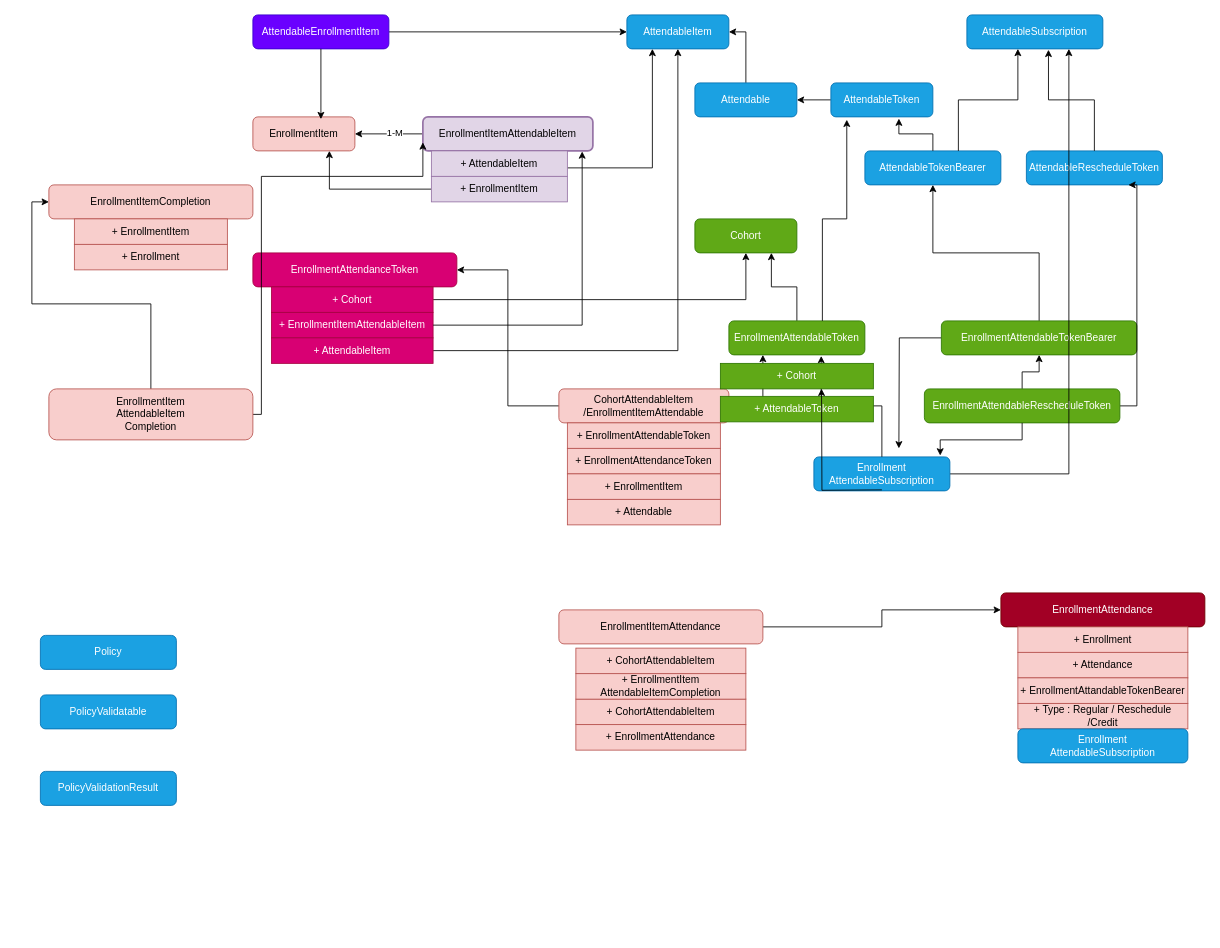
This is Enrolla.drawio from nana-essah/data-abstractions, a draw.io file, before an edit. Source tidied: cells renumbered, new cells numbered last; positions are measured from the earlier drawing's top-left corner, leaving out a move shared by most shapes. Both pictures are drawn from the tidied source at 85%, with x=0, y=0 at pixel (40, 14).
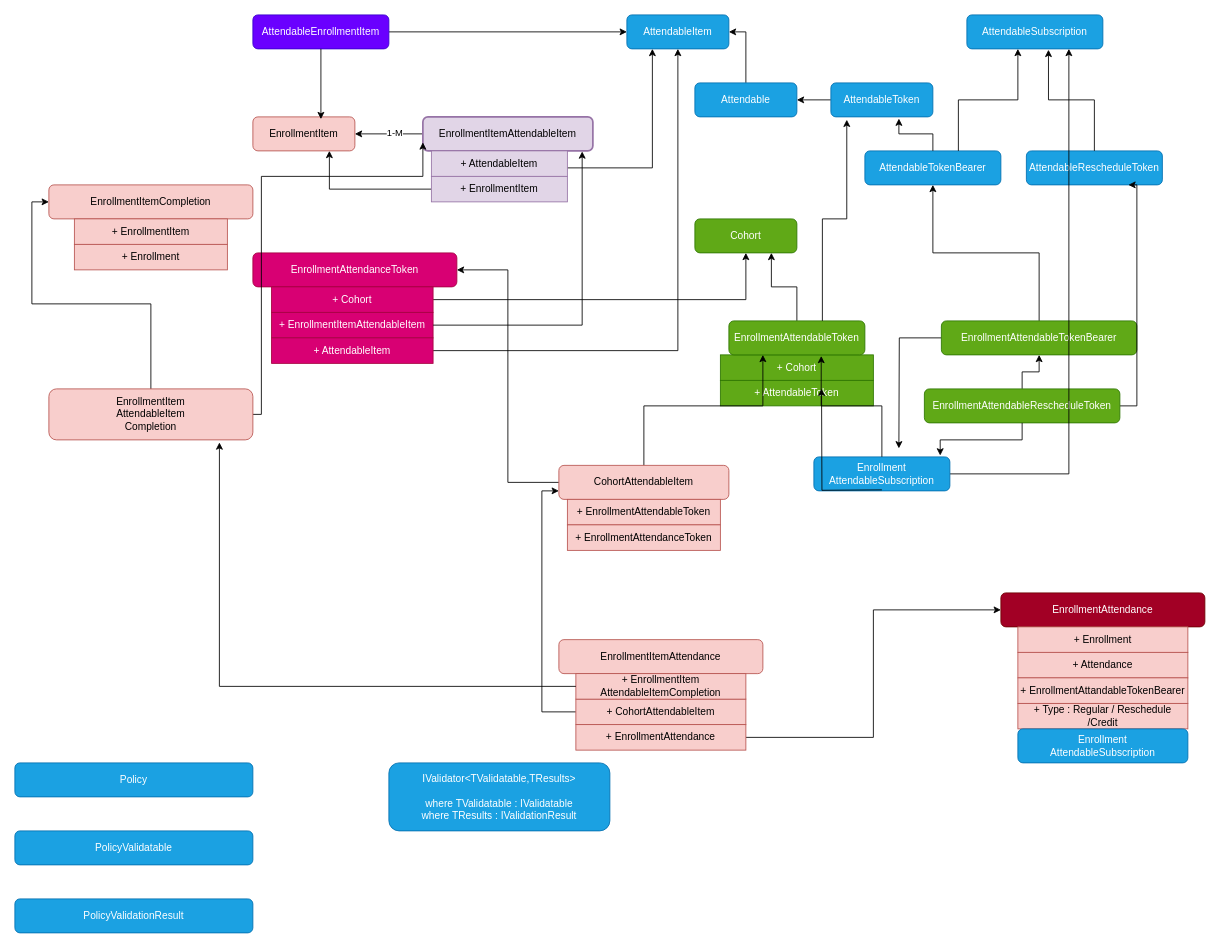
The same page after the edit.

The change refers to these unchanged cells:
```xml
<mxCell id="50" value="+ CohortAttendableItem" style="text;html=1;align=center;verticalAlign=middle;whiteSpace=wrap;rounded=0;strokeColor=#b85450;fillColor=#f8cecc;" parent="1" vertex="1">
  <mxGeometry x="630" y="805" width="200" height="30" as="geometry" />
</mxCell>
<mxCell id="51" value="&lt;div&gt;+&amp;nbsp;EnrollmentItem&lt;/div&gt;&lt;div&gt;AttendableItemCompletion&lt;/div&gt;" style="text;html=1;align=center;verticalAlign=middle;whiteSpace=wrap;rounded=0;strokeColor=#b85450;fillColor=#f8cecc;" parent="1" vertex="1">
  <mxGeometry x="630" y="775" width="200" height="30" as="geometry" />
</mxCell>
<mxCell id="58" value="&lt;div&gt;EnrollmentItem&lt;/div&gt;&lt;div&gt;AttendableItem&lt;/div&gt;&lt;div&gt;Completion&lt;/div&gt;" style="rounded=1;whiteSpace=wrap;html=1;fillColor=#f8cecc;strokeColor=#b85450;" parent="1" vertex="1">
  <mxGeometry x="10" y="440" width="240" height="60" as="geometry" />
</mxCell>
<mxCell id="70" value="EnrollmentAttendance" style="rounded=1;whiteSpace=wrap;html=1;fillColor=#a20025;strokeColor=#6F0000;fontColor=#ffffff;" parent="1" vertex="1">
  <mxGeometry x="1130" y="680" width="240" height="40" as="geometry" />
</mxCell>
<mxCell id="74" value="+ EnrollmentAttendance" style="text;html=1;align=center;verticalAlign=middle;whiteSpace=wrap;rounded=0;strokeColor=#b85450;fillColor=#f8cecc;" parent="1" vertex="1">
  <mxGeometry x="630" y="835" width="200" height="30" as="geometry" />
</mxCell>
```

The edit, as a diff of the source:
```diff
@@
+    <mxCell id="64" value="+ Cohort" style="text;html=1;align=center;verticalAlign=middle;whiteSpace=wrap;rounded=0;strokeColor=#2D7600;fillColor=#60a917;fontColor=#ffffff;" parent="1" vertex="1">
+      <mxGeometry x="800" y="400" width="180" height="30" as="geometry" />
+    </mxCell>
+    <mxCell id="65" value="+ AttendableToken" style="text;html=1;align=center;verticalAlign=middle;whiteSpace=wrap;rounded=0;strokeColor=#2D7600;fillColor=#60a917;fontColor=#ffffff;" parent="1" vertex="1">
+      <mxGeometry x="800" y="430" width="180" height="30" as="geometry" />
+    </mxCell>
@@
-    <mxCell id="43" value="&lt;div&gt;CohortAttendableItem&lt;/div&gt;&lt;div&gt;/EnrollmentItemAttendable&lt;/div&gt;" style="rounded=1;whiteSpace=wrap;html=1;fillColor=#f8cecc;strokeColor=#b85450;" parent="1" vertex="1">
-      <mxGeometry x="610" y="440" width="200" height="40" as="geometry" />
+    <mxCell id="43" value="&lt;div&gt;CohortAttendableItem&lt;/div&gt;" style="rounded=1;whiteSpace=wrap;html=1;fillColor=#f8cecc;strokeColor=#b85450;" parent="1" vertex="1">
+      <mxGeometry x="610" y="530" width="200" height="40" as="geometry" />
     </mxCell>
-    <mxCell id="44" style="edgeStyle=orthogonalEdgeStyle;rounded=0;jettySize=auto;html=1;entryX=0;entryY=0.5;entryDx=0;entryDy=0;" parent="1" edge="1" source="45" target="70">
-      <mxGeometry relative="1" as="geometry" />
-    </mxCell>
     <mxCell id="45" value="EnrollmentItemAttendance" style="rounded=1;whiteSpace=wrap;html=1;fillColor=#f8cecc;strokeColor=#b85450;" parent="1" vertex="1">
-      <mxGeometry x="610" y="700" width="240" height="40" as="geometry" />
+      <mxGeometry x="610" y="735" width="240" height="40" as="geometry" />
     </mxCell>
     <mxCell id="46" value="+ EnrollmentAttendableToken" style="text;html=1;align=center;verticalAlign=middle;whiteSpace=wrap;rounded=0;strokeColor=#b85450;fillColor=#f8cecc;" parent="1" vertex="1">
-      <mxGeometry x="620" y="480" width="180" height="30" as="geometry" />
+      <mxGeometry x="620" y="570" width="180" height="30" as="geometry" />
     </mxCell>
     <mxCell id="47" value="+&amp;nbsp;EnrollmentAttendanceToken" style="text;html=1;align=center;verticalAlign=middle;whiteSpace=wrap;rounded=0;strokeColor=#b85450;fillColor=#f8cecc;" parent="1" vertex="1">
-      <mxGeometry x="620" y="510" width="180" height="30" as="geometry" />
+      <mxGeometry x="620" y="600" width="180" height="30" as="geometry" />
     </mxCell>
-    <mxCell id="48" value="+&amp;nbsp;EnrollmentItem" style="text;html=1;align=center;verticalAlign=middle;whiteSpace=wrap;rounded=0;strokeColor=#b85450;fillColor=#f8cecc;" parent="1" vertex="1">
-      <mxGeometry x="620" y="540" width="180" height="30" as="geometry" />
-    </mxCell>
-    <mxCell id="49" value="+ Attendable" style="text;html=1;align=center;verticalAlign=middle;whiteSpace=wrap;rounded=0;strokeColor=#b85450;fillColor=#f8cecc;" parent="1" vertex="1">
-      <mxGeometry x="620" y="570" width="180" height="30" as="geometry" />
-    </mxCell>
+    <mxCell id="76" style="edgeStyle=orthogonalEdgeStyle;rounded=0;jettySize=auto;html=1;entryX=0;entryY=0.75;entryDx=0;entryDy=0;" parent="1" edge="1" source="50" target="43">
+      <mxGeometry relative="1" as="geometry">
+        <Array as="points">
+          <mxPoint x="590" y="820" />
+          <mxPoint x="590" y="560" />
+        </Array>
+      </mxGeometry>
+    </mxCell>
@@
-    <mxCell id="64" value="+ Cohort" style="text;html=1;align=center;verticalAlign=middle;whiteSpace=wrap;rounded=0;strokeColor=#2D7600;fillColor=#60a917;fontColor=#ffffff;" parent="1" vertex="1">
-      <mxGeometry x="800" y="410" width="180" height="30" as="geometry" />
-    </mxCell>
-    <mxCell id="65" value="+ AttendableToken" style="text;html=1;align=center;verticalAlign=middle;whiteSpace=wrap;rounded=0;strokeColor=#2D7600;fillColor=#60a917;fontColor=#ffffff;" parent="1" vertex="1">
-      <mxGeometry x="800" y="448.8" width="180" height="30" as="geometry" />
-    </mxCell>
@@
     <mxCell id="67" value="Policy" style="rounded=1;whiteSpace=wrap;html=1;fillColor=#1ba1e2;fontColor=#ffffff;strokeColor=#006EAF;" parent="1" vertex="1">
-      <mxGeometry y="730" width="160" height="40" as="geometry" />
+      <mxGeometry x="-30" y="880" width="280" height="40" as="geometry" />
     </mxCell>
     <mxCell id="68" value="PolicyValidatable" style="rounded=1;whiteSpace=wrap;html=1;fillColor=#1ba1e2;fontColor=#ffffff;strokeColor=#006EAF;" parent="1" vertex="1">
-      <mxGeometry y="800" width="160" height="40" as="geometry" />
+      <mxGeometry x="-30" y="960" width="280" height="40" as="geometry" />
     </mxCell>
     <mxCell id="69" value="PolicyValidationResult" style="rounded=1;whiteSpace=wrap;html=1;fillColor=#1ba1e2;fontColor=#ffffff;strokeColor=#006EAF;" parent="1" vertex="1">
-      <mxGeometry y="890" width="160" height="40" as="geometry" />
+      <mxGeometry x="-30" y="1040" width="280" height="40" as="geometry" />
     </mxCell>
@@
+    <mxCell id="77" style="edgeStyle=orthogonalEdgeStyle;rounded=0;jettySize=auto;html=1;entryX=0;entryY=0.5;entryDx=0;entryDy=0;" parent="1" edge="1" source="74" target="70">
+      <mxGeometry relative="1" as="geometry" />
+    </mxCell>
@@
-    <mxCell id="75" value="+ CohortAttendableItem" style="text;html=1;align=center;verticalAlign=middle;whiteSpace=wrap;rounded=0;strokeColor=#b85450;fillColor=#f8cecc;" parent="1" vertex="1">
-      <mxGeometry x="630" y="745" width="200" height="30" as="geometry" />
-    </mxCell>
+    <mxCell id="78" style="edgeStyle=orthogonalEdgeStyle;rounded=0;jettySize=auto;html=1;entryX=0.836;entryY=1.05;entryDx=0;entryDy=0;entryPerimeter=0;" parent="1" edge="1" source="51" target="58">
+      <mxGeometry relative="1" as="geometry" />
+    </mxCell>
+    <mxCell id="79" value="&lt;div&gt;IValidator&amp;lt;TValidatable,TResults&amp;gt;&lt;/div&gt;&lt;div&gt;&lt;br&gt;&lt;/div&gt;&lt;div&gt;where TValidatable : IValidatable&lt;/div&gt;&lt;div&gt;where TResults : IValidationResult&lt;/div&gt;" style="rounded=1;whiteSpace=wrap;html=1;fillColor=#1ba1e2;fontColor=#ffffff;strokeColor=#006EAF;" parent="1" vertex="1">
+      <mxGeometry x="410" y="880" width="260" height="80" as="geometry" />
+    </mxCell>
```
